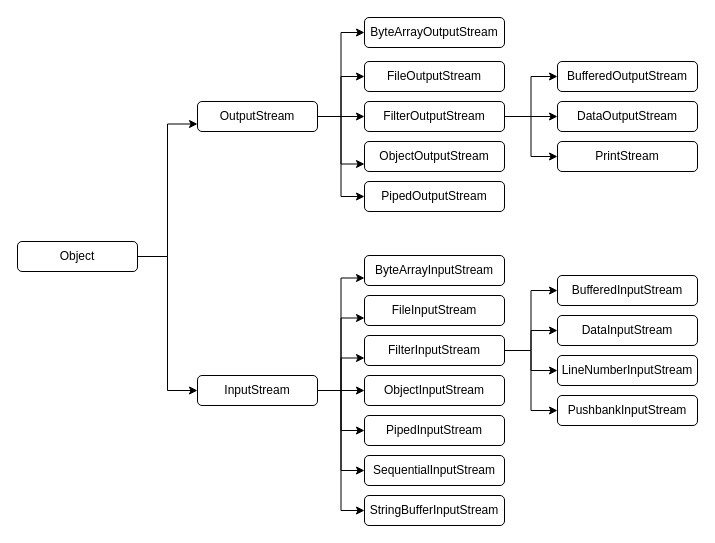
Above: 자바IO_READER.drawio in hyomee/document (draw.io), before the change. Source tidied: cells renumbered, new cells numbered last; positions are measured from the earlier drawing's top-left corner, leaving out a move shared by most shapes. Both pictures are drawn from the tidied source at 100%, with x=0, y=0 at pixel (17, 17).
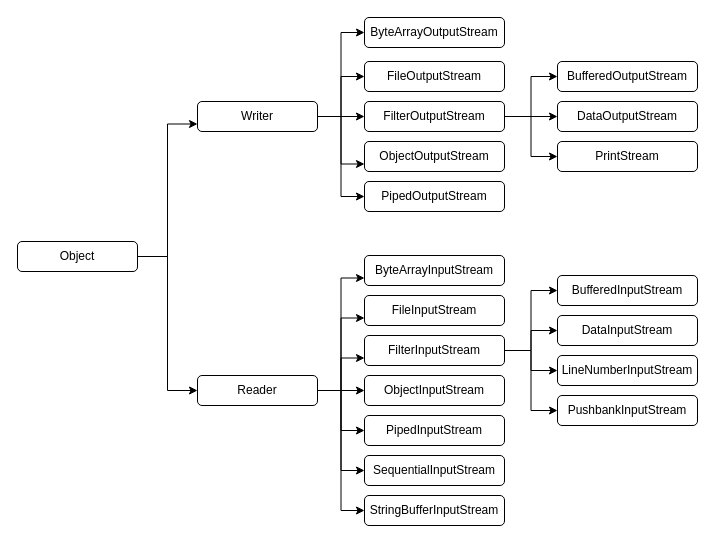
After the change.

Commit message (it also covers changes not shown here):
자바IO_READER.drawio 업데이트

Diff of the diagram source:
```diff
@@
-    <mxCell id="8" value="OutputStream" style="rounded=1;whiteSpace=wrap;html=1;" parent="1" vertex="1">
+    <mxCell id="8" value="Writer" style="rounded=1;whiteSpace=wrap;html=1;" parent="1" vertex="1">
       <mxGeometry x="180" y="84" width="120" height="30" as="geometry" />
     </mxCell>
@@
-    <mxCell id="16" value="InputStream" style="rounded=1;whiteSpace=wrap;html=1;" parent="1" vertex="1">
+    <mxCell id="16" value="Reader" style="rounded=1;whiteSpace=wrap;html=1;" parent="1" vertex="1">
       <mxGeometry x="180" y="358" width="120" height="30" as="geometry" />
     </mxCell>
```
